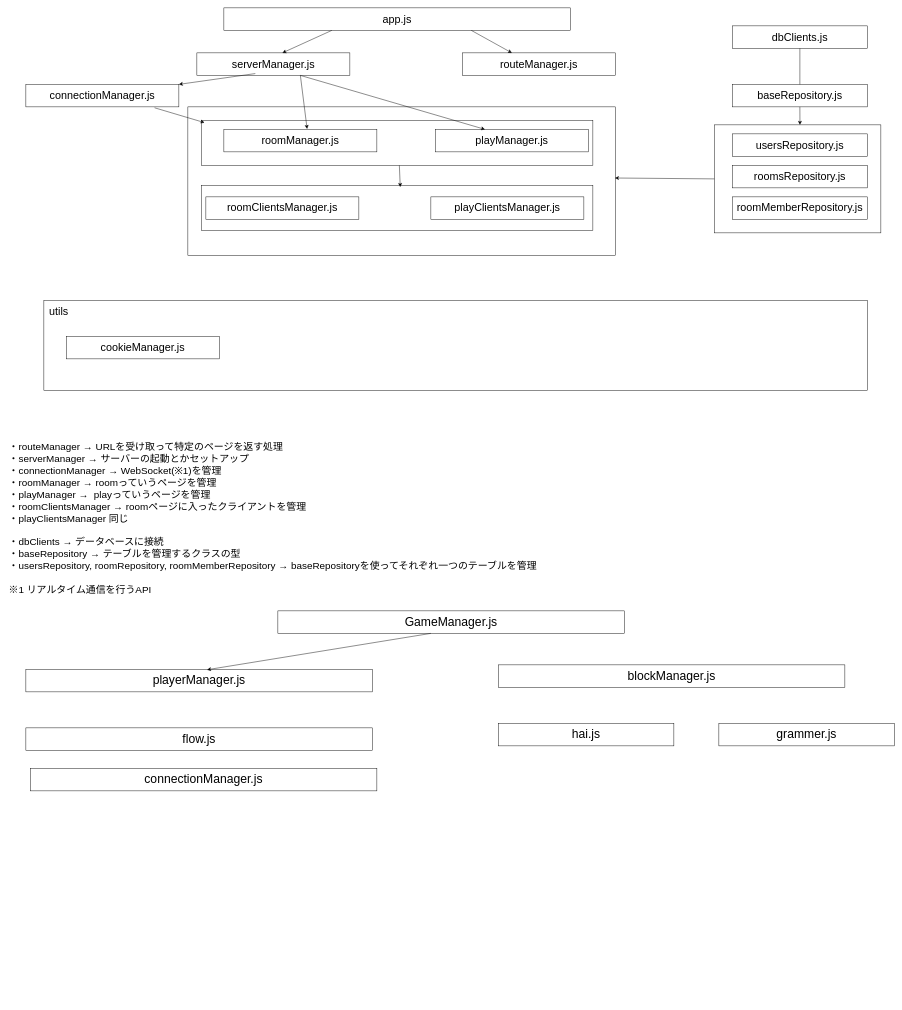
kyougi-kai/Mahjongrammer keeps this draw.io diagram as プログラム.drawio. Above is the earlier version. Source tidied: cells renumbered, new cells numbered last; positions are measured from the earlier drawing's top-left corner, leaving out a move shared by most shapes. Both pictures are drawn from the tidied source at 45%, with x=0, y=0 at pixel (8, 8).
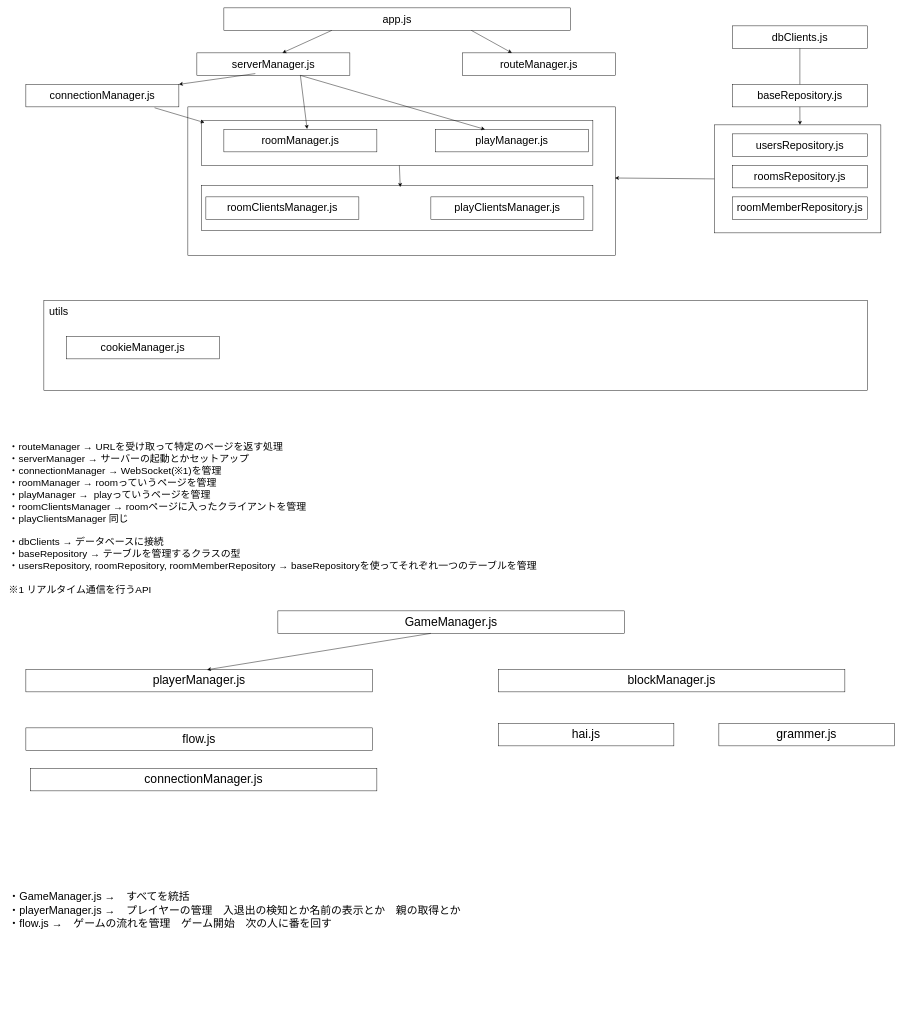
The same diagram, later.

What changed in the source:
```diff
@@
     <mxCell id="35" value="&lt;font style=&quot;font-size: 27px;&quot;&gt;blockManager.js&lt;/font&gt;" style="rounded=0;whiteSpace=wrap;html=1;" parent="1" vertex="1">
-      <mxGeometry x="1090" y="1460" width="770" height="50" as="geometry" />
+      <mxGeometry x="1090" y="1470" width="770" height="50" as="geometry" />
     </mxCell>
@@
+    <mxCell id="41" value="&lt;font style=&quot;font-size: 24px;&quot;&gt;・GameManager.js →　すべてを統括&lt;/font&gt;&lt;div&gt;&lt;font style=&quot;font-size: 24px;&quot;&gt;・playerManager.js →　プレイヤーの管理　入退出の検知とか名前の表示とか　親の取得とか&lt;/font&gt;&lt;/div&gt;&lt;div&gt;&lt;font style=&quot;font-size: 24px;&quot;&gt;・flow.js →　ゲームの流れを管理　ゲーム開始　次の人に番を回す&lt;/font&gt;&lt;/div&gt;" style="text;html=1;align=left;verticalAlign=middle;whiteSpace=wrap;rounded=0;" parent="1" vertex="1">
+      <mxGeometry y="1800" width="1540" height="410" as="geometry" />
+    </mxCell>
```
